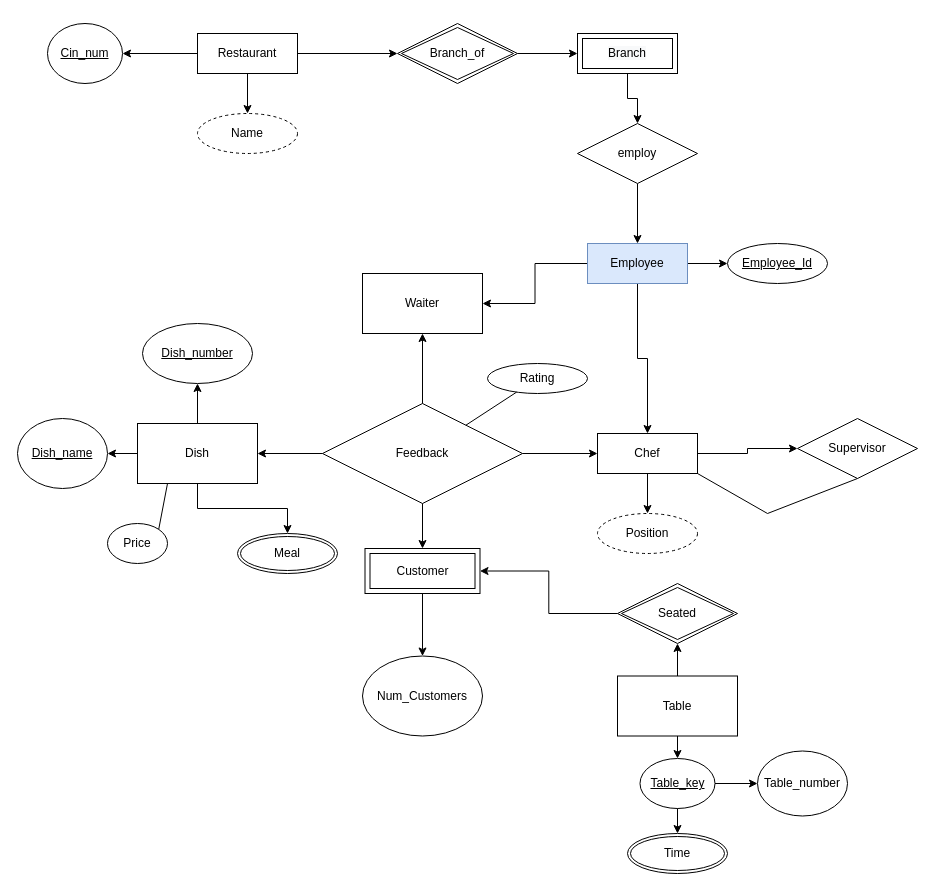
This is Restaurant Ratings.drawio from sarthaka1310/DAA, a draw.io file, before an edit. Source tidied: cells renumbered, new cells numbered last; positions are measured from the earlier drawing's top-left corner, leaving out a move shared by most shapes. Both pictures are drawn from the tidied source at 100%, with x=0, y=0 at pixel (17, 23).
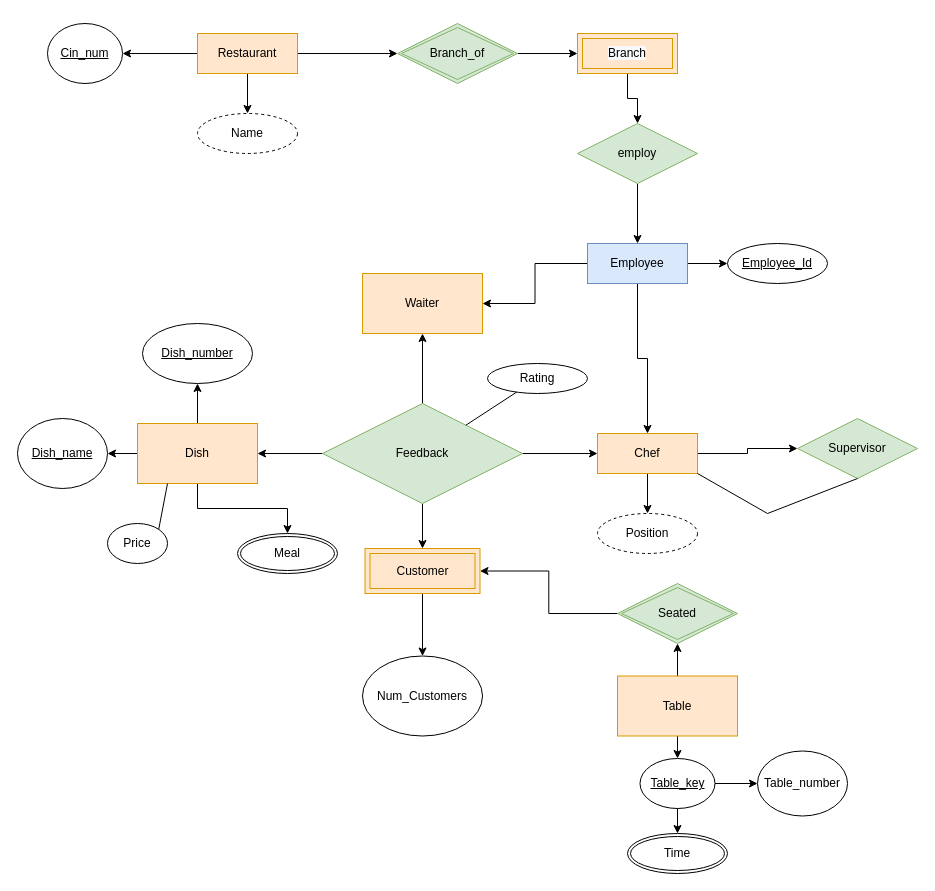
Above is the later version.

Diff of the diagram source:
```diff
@@
-    <mxCell id="6" value="Feedback" style="rhombus;whiteSpace=wrap;html=1;fillColor=none;" parent="1" vertex="1">
+    <mxCell id="6" value="Feedback" style="rhombus;whiteSpace=wrap;html=1;fillColor=#d5e8d4;strokeColor=#82b366;" parent="1" vertex="1">
       <mxGeometry x="305" y="380" width="200" height="100" as="geometry" />
     </mxCell>
@@
-    <mxCell id="9" value="Chef" style="whiteSpace=wrap;html=1;align=center;" parent="1" vertex="1">
+    <mxCell id="9" value="Chef" style="whiteSpace=wrap;html=1;align=center;fillColor=#ffe6cc;strokeColor=#d79b00;" parent="1" vertex="1">
       <mxGeometry x="580" y="410" width="100" height="40" as="geometry" />
     </mxCell>
@@
-    <mxCell id="12" value="Table" style="whiteSpace=wrap;html=1;fillColor=none;" parent="1" vertex="1">
+    <mxCell id="12" value="Table" style="whiteSpace=wrap;html=1;fillColor=#ffe6cc;strokeColor=#d79b00;" parent="1" vertex="1">
       <mxGeometry x="600" y="652.5" width="120" height="60" as="geometry" />
     </mxCell>
@@
-    <mxCell id="16" value="Dish" style="whiteSpace=wrap;html=1;fillColor=none;" parent="1" vertex="1">
+    <mxCell id="16" value="Dish" style="whiteSpace=wrap;html=1;fillColor=#ffe6cc;strokeColor=#d79b00;" parent="1" vertex="1">
       <mxGeometry x="120" y="400" width="120" height="60" as="geometry" />
     </mxCell>
-    <mxCell id="17" value="Waiter" style="whiteSpace=wrap;html=1;fillColor=none;" parent="1" vertex="1">
+    <mxCell id="17" value="Waiter" style="whiteSpace=wrap;html=1;fillColor=#ffe6cc;strokeColor=#d79b00;" parent="1" vertex="1">
       <mxGeometry x="345" y="250" width="120" height="60" as="geometry" />
     </mxCell>
@@
-    <mxCell id="32" value="Customer" style="shape=ext;margin=3;double=1;whiteSpace=wrap;html=1;align=center;" parent="1" vertex="1">
+    <mxCell id="32" value="Customer" style="shape=ext;margin=3;double=1;whiteSpace=wrap;html=1;align=center;fillColor=#ffe6cc;strokeColor=#d79b00;" parent="1" vertex="1">
       <mxGeometry x="347.5" y="525" width="115" height="45" as="geometry" />
     </mxCell>
@@
-    <mxCell id="37" value="Restaurant" style="whiteSpace=wrap;html=1;align=center;" parent="1" vertex="1">
+    <mxCell id="37" value="Restaurant" style="whiteSpace=wrap;html=1;align=center;fillColor=#ffe6cc;strokeColor=#d79b00;" parent="1" vertex="1">
       <mxGeometry x="180" y="10" width="100" height="40" as="geometry" />
     </mxCell>
@@
-    <mxCell id="39" value="&#10;&#10;&lt;span style=&quot;color: rgb(0, 0, 0); font-family: helvetica; font-size: 12px; font-style: normal; font-weight: 400; letter-spacing: normal; text-align: center; text-indent: 0px; text-transform: none; word-spacing: 0px; background-color: rgb(248, 249, 250); display: inline; float: none;&quot;&gt;Branch&lt;/span&gt;&#10;&#10;" style="shape=ext;margin=3;double=1;whiteSpace=wrap;html=1;align=center;" parent="1" vertex="1">
+    <mxCell id="39" value="&#10;&#10;&lt;span style=&quot;color: rgb(0, 0, 0); font-family: helvetica; font-size: 12px; font-style: normal; font-weight: 400; letter-spacing: normal; text-align: center; text-indent: 0px; text-transform: none; word-spacing: 0px; background-color: rgb(248, 249, 250); display: inline; float: none;&quot;&gt;Branch&lt;/span&gt;&#10;&#10;" style="shape=ext;margin=3;double=1;whiteSpace=wrap;html=1;align=center;fillColor=#ffe6cc;strokeColor=#d79b00;" parent="1" vertex="1">
       <mxGeometry x="560" y="10" width="100" height="40" as="geometry" />
     </mxCell>
@@
-    <mxCell id="41" value="employ" style="shape=rhombus;perimeter=rhombusPerimeter;whiteSpace=wrap;html=1;align=center;" parent="1" vertex="1">
+    <mxCell id="41" value="employ" style="shape=rhombus;perimeter=rhombusPerimeter;whiteSpace=wrap;html=1;align=center;fillColor=#d5e8d4;strokeColor=#82b366;" parent="1" vertex="1">
       <mxGeometry x="560" y="100" width="120" height="60" as="geometry" />
     </mxCell>
@@
-    <mxCell id="44" value="Branch_of" style="shape=rhombus;double=1;perimeter=rhombusPerimeter;whiteSpace=wrap;html=1;align=center;" parent="1" vertex="1">
+    <mxCell id="44" value="Branch_of" style="shape=rhombus;double=1;perimeter=rhombusPerimeter;whiteSpace=wrap;html=1;align=center;fillColor=#d5e8d4;strokeColor=#82b366;" parent="1" vertex="1">
       <mxGeometry x="380" width="120" height="60" as="geometry" />
     </mxCell>
@@
-    <mxCell id="47" value="Seated" style="shape=rhombus;double=1;perimeter=rhombusPerimeter;whiteSpace=wrap;html=1;align=center;" parent="1" vertex="1">
+    <mxCell id="47" value="Seated" style="shape=rhombus;double=1;perimeter=rhombusPerimeter;whiteSpace=wrap;html=1;align=center;fillColor=#d5e8d4;strokeColor=#82b366;" parent="1" vertex="1">
       <mxGeometry x="600" y="560" width="120" height="60" as="geometry" />
     </mxCell>
@@
-    <mxCell id="53" value="Supervisor" style="shape=rhombus;perimeter=rhombusPerimeter;whiteSpace=wrap;html=1;align=center;" parent="1" vertex="1">
+    <mxCell id="53" value="Supervisor" style="shape=rhombus;perimeter=rhombusPerimeter;whiteSpace=wrap;html=1;align=center;fillColor=#d5e8d4;strokeColor=#82b366;" parent="1" vertex="1">
       <mxGeometry x="780" y="395" width="120" height="60" as="geometry" />
     </mxCell>
```
